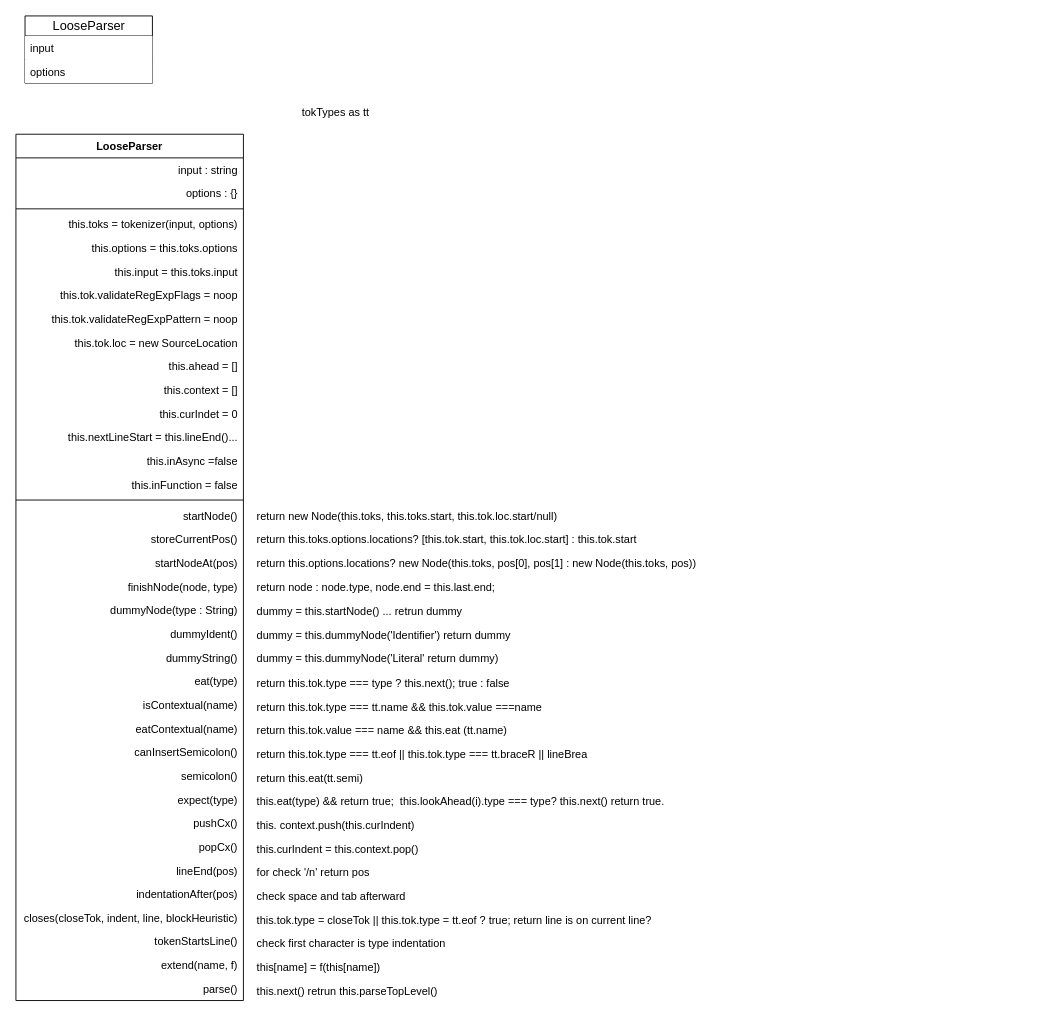
Above: Acron.drawio in GitSamson/Scode (draw.io), before the change. Source tidied: cells renumbered, new cells numbered last; positions are measured from the earlier drawing's top-left corner, leaving out a move shared by most shapes. Both pictures are drawn from the tidied source at 91%, with x=0, y=0 at pixel (15, 15).
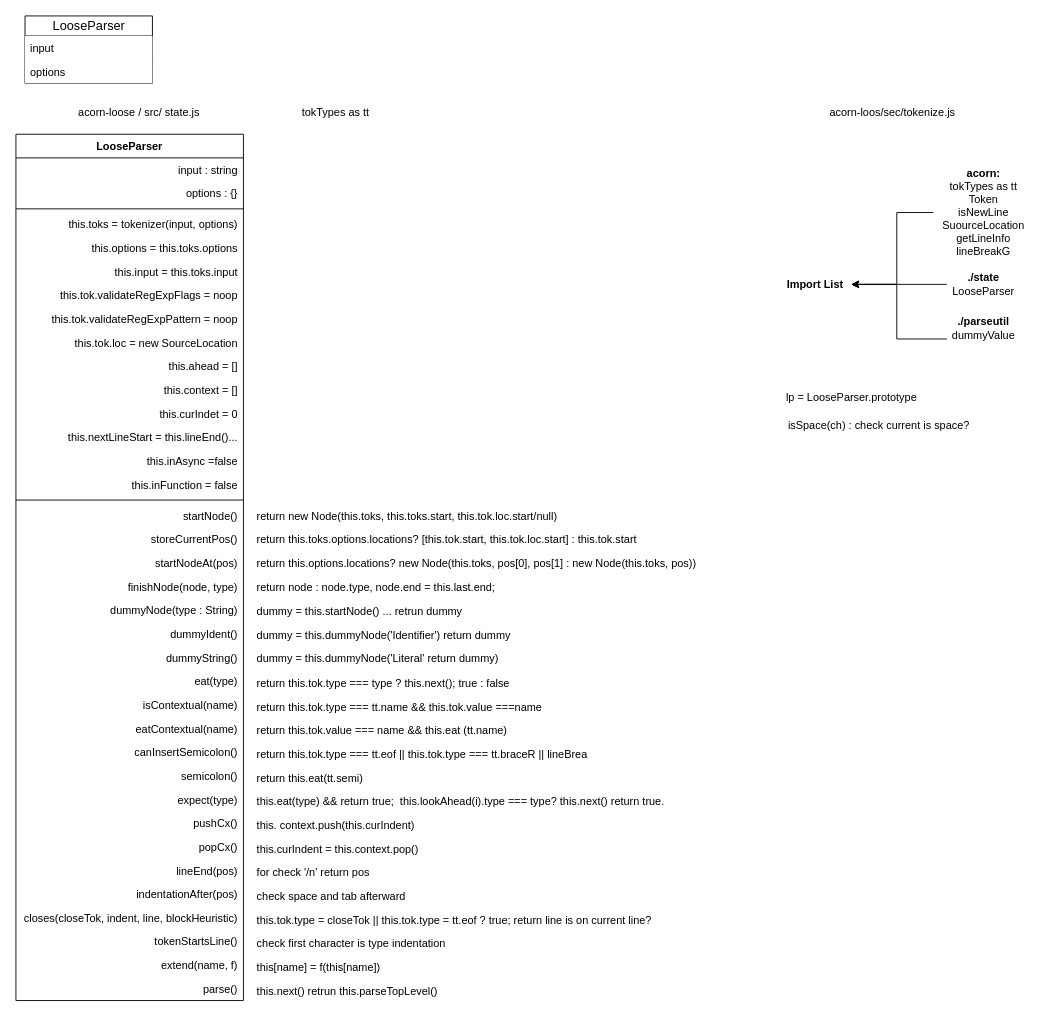
The same diagram, later.

Change to the diagram source:
```diff
@@
+    <mxCell id="65" value="acorn-loose / src/ state.js" style="text;html=1;align=center;verticalAlign=middle;" parent="1" vertex="1">
+      <mxGeometry x="60" y="96" width="150" height="20" as="geometry" />
+    </mxCell>
+    <mxCell id="66" value="acorn-loos/sec/tokenize.js" style="text;html=1;align=center;verticalAlign=middle;" parent="1" vertex="1">
+      <mxGeometry x="888" y="96" width="150" height="20" as="geometry" />
+    </mxCell>
+    <mxCell id="67" style="edgeStyle=orthogonalEdgeStyle;rounded=0;jettySize=auto;html=1;" parent="1" edge="1" source="68" target="69">
+      <mxGeometry relative="1" as="geometry">
+        <Array as="points">
+          <mxPoint x="968" y="216" />
+          <mxPoint x="968" y="295" />
+        </Array>
+      </mxGeometry>
+    </mxCell>
+    <mxCell id="68" value="&lt;b&gt;acorn:&lt;/b&gt;&lt;br&gt;tokTypes as tt&lt;br&gt;Token&lt;br&gt;isNewLine&lt;br&gt;SuourceLocation&lt;br&gt;getLineInfo&lt;br&gt;lineBreakG" style="text;html=1;align=center;verticalAlign=middle;points=[];" parent="1" vertex="1">
+      <mxGeometry x="1008" y="166" width="110" height="100" as="geometry" />
+    </mxCell>
+    <mxCell id="69" value="&lt;b&gt;Import List&lt;/b&gt;" style="text;html=1;align=center;verticalAlign=middle;points=[];" parent="1" vertex="1">
+      <mxGeometry x="838" y="285" width="80" height="20" as="geometry" />
+    </mxCell>
+    <mxCell id="70" style="edgeStyle=orthogonalEdgeStyle;rounded=0;jettySize=auto;html=1;" parent="1" edge="1" source="71" target="69">
+      <mxGeometry relative="1" as="geometry" />
+    </mxCell>
+    <mxCell id="71" value="&lt;b&gt;./state&lt;/b&gt;&lt;br&gt;LooseParser" style="text;html=1;align=center;verticalAlign=middle;points=[];" parent="1" vertex="1">
+      <mxGeometry x="1023" y="280" width="80" height="30" as="geometry" />
+    </mxCell>
+    <mxCell id="72" style="edgeStyle=orthogonalEdgeStyle;rounded=0;jettySize=auto;html=1;" parent="1" edge="1" source="73" target="69">
+      <mxGeometry relative="1" as="geometry">
+        <Array as="points">
+          <mxPoint x="968" y="355" />
+          <mxPoint x="968" y="295" />
+        </Array>
+      </mxGeometry>
+    </mxCell>
+    <mxCell id="73" value="&lt;b&gt;./parseutil&lt;/b&gt;&lt;br&gt;dummyValue" style="text;html=1;align=center;verticalAlign=middle;points=[];" parent="1" vertex="1">
+      <mxGeometry x="1023" y="328" width="80" height="30" as="geometry" />
+    </mxCell>
+    <mxCell id="74" value="isSpace(ch) : check current is space?" style="text;html=1;align=center;verticalAlign=middle;" parent="1" vertex="1">
+      <mxGeometry x="838" y="440" width="220" height="20" as="geometry" />
+    </mxCell>
+    <mxCell id="75" value="lp = LooseParser.prototype" style="text;html=1;align=center;verticalAlign=middle;" parent="1" vertex="1">
+      <mxGeometry x="838" y="410" width="160" height="20" as="geometry" />
+    </mxCell>
```
